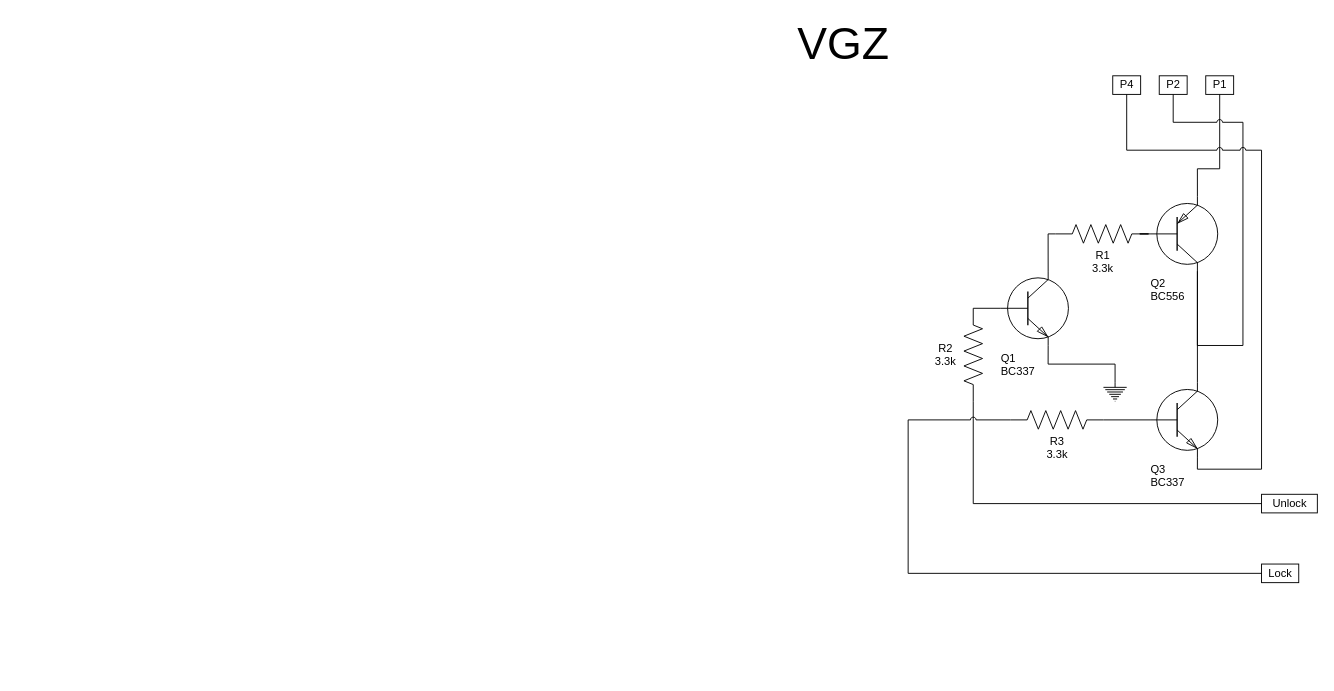
The draw.io diagram page "VGZ" (1 of 2) of golf/VGZ.drawio in manix/draw.io, before the edit. Source tidied: cells renumbered, new cells numbered last; positions are measured from the earlier drawing's top-left corner, leaving out a move shared by most shapes. Both pictures are drawn from the tidied source at 93%, with x=0, y=0 at pixel (787, 29).
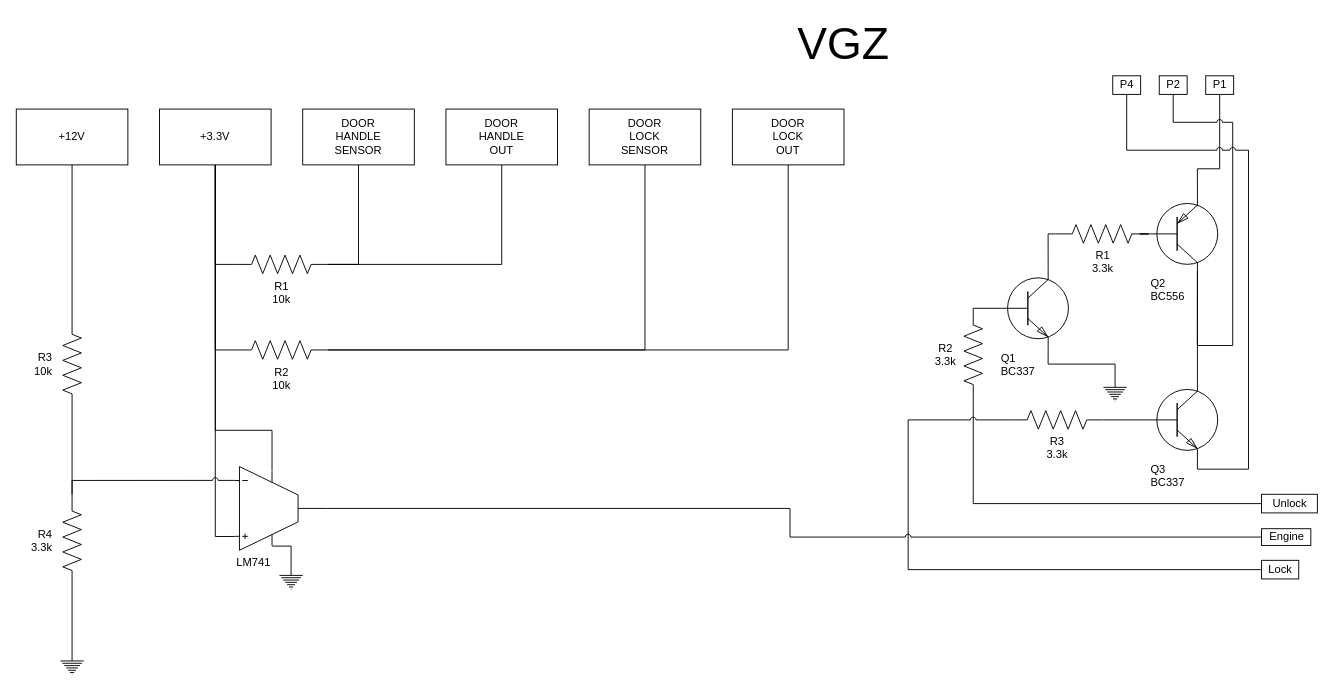
Above is the later version.

The change refers to these unchanged cells:
```xml
<mxCell id="4" value="&lt;div&gt;Q2&lt;/div&gt;&lt;div&gt;BC556&lt;br&gt;&lt;/div&gt;" style="verticalLabelPosition=bottom;shadow=0;dashed=0;align=left;html=1;verticalAlign=top;shape=mxgraph.electrical.transistors.pnp_transistor_1;strokeColor=#000000;fontColor=#000000;labelBackgroundColor=none;fillColor=none;" parent="1" vertex="1">
  <mxGeometry x="388.5" y="180" width="76" height="80" as="geometry" />
</mxCell>
<mxCell id="7" value="&lt;div align=&quot;left&quot;&gt;Q3&lt;br&gt;&lt;/div&gt;&lt;div align=&quot;left&quot;&gt;BC337&lt;/div&gt;" style="verticalLabelPosition=bottom;shadow=0;dashed=0;align=left;html=1;verticalAlign=top;shape=mxgraph.electrical.transistors.npn_transistor_1;strokeColor=#000000;fontColor=#000000;labelBackgroundColor=none;fillColor=none;" parent="1" vertex="1">
  <mxGeometry x="388.5" y="380" width="76" height="80" as="geometry" />
</mxCell>
<mxCell id="23" value="&lt;div&gt;P2&lt;/div&gt;" style="text;html=1;align=center;verticalAlign=middle;points=[];strokeColor=#000000;fontColor=#000000;labelBackgroundColor=none;" parent="1" vertex="1">
  <mxGeometry x="400" y="50" width="30" height="20" as="geometry" />
</mxCell>
<mxCell id="24" value="&lt;div&gt;P4&lt;/div&gt;" style="text;html=1;align=center;verticalAlign=middle;points=[];strokeColor=#000000;fontColor=#000000;labelBackgroundColor=none;" parent="1" vertex="1">
  <mxGeometry x="350" y="50" width="30" height="20" as="geometry" />
</mxCell>
```

Diff of the diagram source:
```diff
@@
     <mxCell id="5" style="edgeStyle=orthogonalEdgeStyle;rounded=0;jumpStyle=arc;jettySize=auto;html=1;exitX=0.7;exitY=1;exitDx=0;exitDy=0;exitPerimeter=0;endArrow=none;endFill=0;strokeColor=#000000;fontColor=#000000;labelBackgroundColor=none;" parent="1" edge="1" source="4" target="23">
       <mxGeometry relative="1" as="geometry">
         <Array as="points">
           <mxPoint x="441" y="340" />
-          <mxPoint x="490" y="340" />
-          <mxPoint x="490" y="100" />
+          <mxPoint x="479" y="340" />
+          <mxPoint x="479" y="100" />
           <mxPoint x="415" y="100" />
         </Array>
       </mxGeometry>
     </mxCell>
     <mxCell id="6" style="edgeStyle=orthogonalEdgeStyle;rounded=0;jettySize=auto;html=1;exitX=0.7;exitY=1;exitDx=0;exitDy=0;exitPerimeter=0;strokeColor=#000000;fontColor=#000000;endArrow=none;endFill=0;jumpStyle=arc;" parent="1" edge="1" source="7" target="24">
       <mxGeometry relative="1" as="geometry">
         <Array as="points">
           <mxPoint x="441" y="473" />
-          <mxPoint x="510" y="473" />
-          <mxPoint x="510" y="130" />
+          <mxPoint x="496" y="473" />
+          <mxPoint x="496" y="130" />
           <mxPoint x="365" y="130" />
         </Array>
       </mxGeometry>
     </mxCell>
@@
     <mxCell id="21" value="Lock" style="text;html=1;align=center;verticalAlign=middle;points=[];strokeColor=#000000;fontColor=#000000;labelBackgroundColor=none;" parent="1" vertex="1">
-      <mxGeometry x="510" y="575" width="40" height="20" as="geometry" />
+      <mxGeometry x="510" y="571" width="40" height="20" as="geometry" />
     </mxCell>
@@
+    <mxCell id="26" value="+3.3V" style="rounded=0;whiteSpace=wrap;html=1;strokeColor=#000000;fontColor=#000000;align=center;" parent="1" vertex="1">
+      <mxGeometry x="-675" y="85.8" width="120" height="60" as="geometry" />
+    </mxCell>
+    <mxCell id="27" value="&lt;div&gt;DOOR&lt;/div&gt;&lt;div&gt;HANDLE&lt;/div&gt;&lt;div&gt;SENSOR&lt;br&gt;&lt;/div&gt;" style="rounded=0;whiteSpace=wrap;html=1;strokeColor=#000000;fontColor=#000000;align=center;" parent="1" vertex="1">
+      <mxGeometry x="-521" y="85.8" width="120" height="60" as="geometry" />
+    </mxCell>
+    <mxCell id="28" style="edgeStyle=orthogonalEdgeStyle;rounded=0;jumpStyle=arc;jettySize=auto;html=1;exitX=0;exitY=0.5;exitDx=0;exitDy=0;exitPerimeter=0;endArrow=none;endFill=0;strokeColor=#000000;fontColor=#000000;" parent="1" edge="1" source="30" target="26">
+      <mxGeometry relative="1" as="geometry" />
+    </mxCell>
+    <mxCell id="29" style="edgeStyle=orthogonalEdgeStyle;rounded=0;jumpStyle=arc;jettySize=auto;html=1;exitX=1;exitY=0.5;exitDx=0;exitDy=0;exitPerimeter=0;endArrow=none;endFill=0;strokeColor=#000000;fontColor=#000000;" parent="1" edge="1" source="30" target="27">
+      <mxGeometry relative="1" as="geometry" />
+    </mxCell>
+    <mxCell id="30" value="&lt;div&gt;R1&lt;/div&gt;&lt;div&gt;10k&lt;br&gt;&lt;/div&gt;" style="verticalLabelPosition=bottom;shadow=0;dashed=0;align=center;html=1;verticalAlign=top;shape=mxgraph.electrical.resistors.resistor_2;strokeColor=#000000;fontColor=#000000;" parent="1" vertex="1">
+      <mxGeometry x="-594" y="242.8" width="100" height="20" as="geometry" />
+    </mxCell>
+    <mxCell id="31" style="edgeStyle=orthogonalEdgeStyle;rounded=0;jumpStyle=arc;jettySize=auto;html=1;exitX=0.5;exitY=1;exitDx=0;exitDy=0;entryX=1;entryY=0.5;entryDx=0;entryDy=0;entryPerimeter=0;endArrow=none;endFill=0;strokeColor=#000000;fontColor=#000000;" parent="1" edge="1" source="32" target="30">
+      <mxGeometry relative="1" as="geometry" />
+    </mxCell>
+    <mxCell id="32" value="&lt;div&gt;DOOR&lt;/div&gt;&lt;div&gt;HANDLE&lt;/div&gt;&lt;div&gt;OUT&lt;br&gt;&lt;/div&gt;" style="rounded=0;whiteSpace=wrap;html=1;strokeColor=#000000;fontColor=#000000;align=center;" parent="1" vertex="1">
+      <mxGeometry x="-367" y="85.8" width="120" height="60" as="geometry" />
+    </mxCell>
+    <mxCell id="33" style="edgeStyle=orthogonalEdgeStyle;rounded=0;jumpStyle=arc;jettySize=auto;html=1;exitX=0;exitY=0.5;exitDx=0;exitDy=0;exitPerimeter=0;endArrow=none;endFill=0;strokeColor=#000000;fontColor=#000000;" parent="1" edge="1" source="36" target="26">
+      <mxGeometry relative="1" as="geometry" />
+    </mxCell>
+    <mxCell id="34" style="edgeStyle=orthogonalEdgeStyle;rounded=0;jumpStyle=arc;jettySize=auto;html=1;exitX=1;exitY=0.5;exitDx=0;exitDy=0;exitPerimeter=0;endArrow=none;endFill=0;strokeColor=#000000;fontColor=#000000;" parent="1" edge="1" source="36" target="37">
+      <mxGeometry relative="1" as="geometry" />
+    </mxCell>
+    <mxCell id="35" style="edgeStyle=orthogonalEdgeStyle;rounded=0;jumpStyle=arc;jettySize=auto;html=1;exitX=1;exitY=0.5;exitDx=0;exitDy=0;exitPerimeter=0;endArrow=none;endFill=0;strokeColor=#000000;fontColor=#000000;" parent="1" edge="1" source="36" target="38">
+      <mxGeometry relative="1" as="geometry" />
+    </mxCell>
+    <mxCell id="36" value="&lt;div&gt;R2&lt;/div&gt;&lt;div&gt;10k&lt;br&gt;&lt;/div&gt;" style="verticalLabelPosition=bottom;shadow=0;dashed=0;align=center;html=1;verticalAlign=top;shape=mxgraph.electrical.resistors.resistor_2;strokeColor=#000000;fontColor=#000000;" parent="1" vertex="1">
+      <mxGeometry x="-594" y="334.8" width="100" height="20" as="geometry" />
+    </mxCell>
+    <mxCell id="37" value="&lt;div&gt;DOOR&lt;/div&gt;&lt;div&gt;LOCK&lt;/div&gt;&lt;div&gt;SENSOR&lt;br&gt;&lt;/div&gt;" style="rounded=0;whiteSpace=wrap;html=1;strokeColor=#000000;fontColor=#000000;align=center;" parent="1" vertex="1">
+      <mxGeometry x="-213" y="85.8" width="120" height="60" as="geometry" />
+    </mxCell>
+    <mxCell id="38" value="&lt;div&gt;DOOR&lt;/div&gt;&lt;div&gt;LOCK&lt;/div&gt;&lt;div&gt;OUT&lt;br&gt;&lt;/div&gt;" style="rounded=0;whiteSpace=wrap;html=1;strokeColor=#000000;fontColor=#000000;align=center;" parent="1" vertex="1">
+      <mxGeometry x="-59" y="85.8" width="120" height="60" as="geometry" />
+    </mxCell>
+    <mxCell id="39" style="edgeStyle=orthogonalEdgeStyle;rounded=0;jumpStyle=arc;jettySize=auto;html=1;exitX=0.4;exitY=0.05;exitDx=0;exitDy=0;exitPerimeter=0;endArrow=none;endFill=0;strokeColor=#000000;fontColor=#000000;" parent="1" edge="1" source="44" target="26">
+      <mxGeometry relative="1" as="geometry">
+        <Array as="points">
+          <mxPoint x="-554" y="431.2" />
+          <mxPoint x="-615" y="431.2" />
+        </Array>
+      </mxGeometry>
+    </mxCell>
+    <mxCell id="40" style="edgeStyle=orthogonalEdgeStyle;rounded=0;jumpStyle=arc;jettySize=auto;html=1;endArrow=none;endFill=0;strokeColor=#000000;fontColor=#000000;exitX=0;exitY=0.835;exitDx=0;exitDy=0;exitPerimeter=0;" parent="1" edge="1" source="44" target="26">
+      <mxGeometry relative="1" as="geometry" />
+    </mxCell>
+    <mxCell id="41" style="edgeStyle=orthogonalEdgeStyle;rounded=0;jumpStyle=arc;jettySize=auto;html=1;exitX=0;exitY=0.165;exitDx=0;exitDy=0;exitPerimeter=0;entryX=0;entryY=0.5;entryDx=0;entryDy=0;entryPerimeter=0;endArrow=none;endFill=0;strokeColor=#000000;fontColor=#000000;" parent="1" edge="1" source="44" target="50">
+      <mxGeometry relative="1" as="geometry">
+        <Array as="points">
+          <mxPoint x="-769" y="485" />
+        </Array>
+      </mxGeometry>
+    </mxCell>
+    <mxCell id="42" style="edgeStyle=orthogonalEdgeStyle;rounded=0;jumpStyle=arc;jettySize=auto;html=1;exitX=0.4;exitY=0.95;exitDx=0;exitDy=0;exitPerimeter=0;entryX=0.5;entryY=0;entryDx=0;entryDy=0;entryPerimeter=0;endArrow=none;endFill=0;strokeColor=#000000;fontColor=#000000;" parent="1" edge="1" source="44" target="52">
+      <mxGeometry relative="1" as="geometry" />
+    </mxCell>
+    <mxCell id="43" style="edgeStyle=orthogonalEdgeStyle;rounded=0;jumpStyle=arc;jettySize=auto;html=1;exitX=1;exitY=0.5;exitDx=0;exitDy=0;exitPerimeter=0;endArrow=none;endFill=0;strokeColor=#000000;fontColor=#000000;" parent="1" edge="1" source="44" target="53">
+      <mxGeometry relative="1" as="geometry">
+        <Array as="points">
+          <mxPoint x="3" y="515" />
+          <mxPoint x="3" y="546" />
+        </Array>
+      </mxGeometry>
+    </mxCell>
+    <mxCell id="44" value="&lt;div align=&quot;left&quot;&gt;LM741&lt;/div&gt;" style="verticalLabelPosition=bottom;shadow=0;dashed=0;align=left;html=1;verticalAlign=top;shape=mxgraph.electrical.abstract.ota_1;strokeColor=#000000;fontColor=#000000;" parent="1" vertex="1">
+      <mxGeometry x="-594" y="470.2" width="100" height="90" as="geometry" />
+    </mxCell>
+    <mxCell id="45" value="+12V" style="rounded=0;whiteSpace=wrap;html=1;strokeColor=#000000;fontColor=#000000;align=center;" parent="1" vertex="1">
+      <mxGeometry x="-829" y="85.8" width="120" height="60" as="geometry" />
+    </mxCell>
+    <mxCell id="46" style="edgeStyle=orthogonalEdgeStyle;rounded=0;jumpStyle=arc;jettySize=auto;html=1;exitX=0;exitY=0.5;exitDx=0;exitDy=0;exitPerimeter=0;endArrow=none;endFill=0;strokeColor=#000000;fontColor=#000000;" parent="1" edge="1" source="47" target="45">
+      <mxGeometry relative="1" as="geometry" />
+    </mxCell>
+    <mxCell id="47" value="&lt;div&gt;R3&lt;/div&gt;&lt;div&gt;10k&lt;br&gt;&lt;/div&gt;" style="verticalLabelPosition=middle;shadow=0;dashed=0;align=right;html=1;verticalAlign=middle;shape=mxgraph.electrical.resistors.resistor_2;strokeColor=#000000;fontColor=#000000;direction=south;labelPosition=left;spacingRight=10;" parent="1" vertex="1">
+      <mxGeometry x="-779" y="310" width="20" height="100" as="geometry" />
+    </mxCell>
+    <mxCell id="48" style="edgeStyle=orthogonalEdgeStyle;rounded=0;jumpStyle=arc;jettySize=auto;html=1;exitX=0;exitY=0.5;exitDx=0;exitDy=0;exitPerimeter=0;entryX=1;entryY=0.5;entryDx=0;entryDy=0;entryPerimeter=0;endArrow=none;endFill=0;strokeColor=#000000;fontColor=#000000;" parent="1" edge="1" source="50" target="47">
+      <mxGeometry relative="1" as="geometry" />
+    </mxCell>
+    <mxCell id="49" style="edgeStyle=orthogonalEdgeStyle;rounded=0;jumpStyle=arc;jettySize=auto;html=1;exitX=1;exitY=0.5;exitDx=0;exitDy=0;exitPerimeter=0;entryX=0.5;entryY=0;entryDx=0;entryDy=0;entryPerimeter=0;endArrow=none;endFill=0;strokeColor=#000000;fontColor=#000000;" parent="1" edge="1" source="50" target="51">
+      <mxGeometry relative="1" as="geometry" />
+    </mxCell>
+    <mxCell id="50" value="&lt;div&gt;R4&lt;/div&gt;&lt;div&gt;3.3k&lt;br&gt;&lt;/div&gt;" style="verticalLabelPosition=middle;shadow=0;dashed=0;align=right;html=1;verticalAlign=middle;shape=mxgraph.electrical.resistors.resistor_2;strokeColor=#000000;fontColor=#000000;direction=south;labelPosition=left;spacingRight=10;" parent="1" vertex="1">
+      <mxGeometry x="-779" y="500" width="20" height="100" as="geometry" />
+    </mxCell>
+    <mxCell id="51" style="verticalLabelPosition=bottom;shadow=0;dashed=0;align=center;html=1;verticalAlign=top;shape=mxgraph.electrical.signal_sources.protective_earth;strokeColor=#000000;fontColor=#000000;labelBackgroundColor=none;" parent="1" vertex="1">
+      <mxGeometry x="-781.5" y="674.2" width="25" height="20" as="geometry" />
+    </mxCell>
+    <mxCell id="52" style="verticalLabelPosition=bottom;shadow=0;dashed=0;align=center;html=1;verticalAlign=top;shape=mxgraph.electrical.signal_sources.protective_earth;strokeColor=#000000;fontColor=#000000;labelBackgroundColor=none;" parent="1" vertex="1">
+      <mxGeometry x="-546" y="582.2" width="25" height="20" as="geometry" />
+    </mxCell>
+    <mxCell id="53" value="Engine" style="text;html=1;align=center;verticalAlign=middle;points=[];strokeColor=#000000;fontColor=#000000;labelBackgroundColor=none;" parent="1" vertex="1">
+      <mxGeometry x="510" y="537" width="53" height="18" as="geometry" />
+    </mxCell>
```
